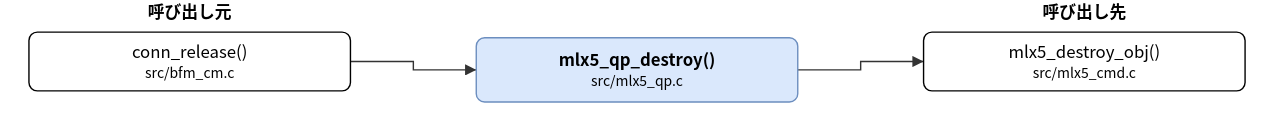
Earlier version of the draw.io export doc/spec/images/call_src_mlx5_qp__mlx5_qp_destroy.drawio.svg (hf355051012-ai/bfmem). Source tidied: cells renumbered, new cells last; positions are measured from the earlier drawing's top-left corner, leaving out a move shared by most shapes. Source of this version:
```xml
<mxGraphModel>
  <root>
    <mxCell id="0" />
    <mxCell id="1" parent="0" />
    <mxCell id="2" value="mlx5_qp_destroy()&lt;br&gt;&lt;font style=&quot;font-size:10px&quot;&gt;src/mlx5_qp.c&lt;/font&gt;" style="rounded=1;whiteSpace=wrap;html=1;fillColor=#dae8fc;strokeColor=#6c8ebf;fontStyle=1;" parent="1" vertex="1">
      <mxGeometry x="320" y="27" width="230" height="46" as="geometry" />
    </mxCell>
    <mxCell id="3" value="conn_release()&lt;br&gt;&lt;font style=&quot;font-size:10px&quot;&gt;src/bfm_cm.c&lt;/font&gt;" style="rounded=1;whiteSpace=wrap;html=1;" parent="1" vertex="1">
      <mxGeometry y="23" width="230" height="42" as="geometry" />
    </mxCell>
    <mxCell id="4" value="mlx5_destroy_obj()&lt;br&gt;&lt;font style=&quot;font-size:10px&quot;&gt;src/mlx5_cmd.c&lt;/font&gt;" style="rounded=1;whiteSpace=wrap;html=1;" parent="1" vertex="1">
      <mxGeometry x="640" y="23" width="230" height="42" as="geometry" />
    </mxCell>
    <mxCell id="5" style="edgeStyle=none;html=1;rounded=0;endArrow=block;endFill=1;exitX=1.0000;exitY=0.5000;exitDx=0;exitDy=0;exitPerimeter=0;entryX=0.0000;entryY=0.5000;entryDx=0;entryDy=0;entryPerimeter=0;" parent="1" edge="1" source="3" target="2">
      <mxGeometry relative="1" as="geometry">
        <Array as="points">
          <mxPoint x="275" y="44" />
          <mxPoint x="275" y="50" />
        </Array>
      </mxGeometry>
    </mxCell>
    <mxCell id="6" style="edgeStyle=none;html=1;rounded=0;endArrow=block;endFill=1;exitX=1.0000;exitY=0.5000;exitDx=0;exitDy=0;exitPerimeter=0;entryX=0.0000;entryY=0.5000;entryDx=0;entryDy=0;entryPerimeter=0;" parent="1" edge="1" source="2" target="4">
      <mxGeometry relative="1" as="geometry">
        <Array as="points">
          <mxPoint x="595" y="50" />
          <mxPoint x="595" y="44" />
        </Array>
      </mxGeometry>
    </mxCell>
    <mxCell id="7" value="呼び出し元" style="text;html=1;align=center;fontStyle=1;" parent="1" vertex="1">
      <mxGeometry x="35" width="160" height="18" as="geometry" />
    </mxCell>
    <mxCell id="8" value="呼び出し先" style="text;html=1;align=center;fontStyle=1;" parent="1" vertex="1">
      <mxGeometry x="675" width="160" height="18" as="geometry" />
    </mxCell>
  </root>
</mxGraphModel>
```
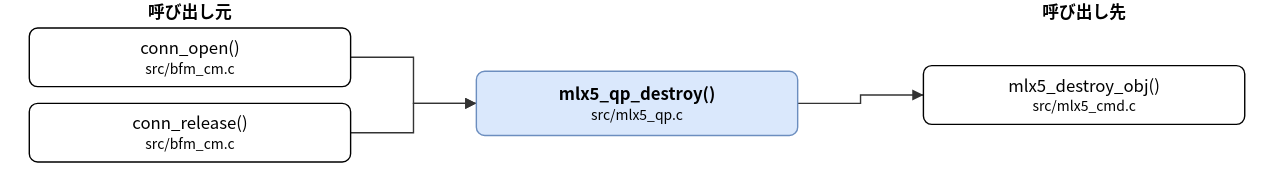
Above is the later version.

Diff of the diagram source:
```diff
@@ -3,30 +3,41 @@
     <mxCell id="0" />
     <mxCell id="1" parent="0" />
     <mxCell id="2" value="mlx5_qp_destroy()&lt;br&gt;&lt;font style=&quot;font-size:10px&quot;&gt;src/mlx5_qp.c&lt;/font&gt;" style="rounded=1;whiteSpace=wrap;html=1;fillColor=#dae8fc;strokeColor=#6c8ebf;fontStyle=1;" parent="1" vertex="1">
-      <mxGeometry x="320" y="27" width="230" height="46" as="geometry" />
+      <mxGeometry x="320" y="51" width="230" height="46" as="geometry" />
     </mxCell>
-    <mxCell id="3" value="conn_release()&lt;br&gt;&lt;font style=&quot;font-size:10px&quot;&gt;src/bfm_cm.c&lt;/font&gt;" style="rounded=1;whiteSpace=wrap;html=1;" parent="1" vertex="1">
-      <mxGeometry y="23" width="230" height="42" as="geometry" />
+    <mxCell id="3" value="conn_open()&lt;br&gt;&lt;font style=&quot;font-size:10px&quot;&gt;src/bfm_cm.c&lt;/font&gt;" style="rounded=1;whiteSpace=wrap;html=1;" parent="1" vertex="1">
+      <mxGeometry y="20" width="230" height="42" as="geometry" />
     </mxCell>
+    <mxCell id="9" value="conn_release()&lt;br&gt;&lt;font style=&quot;font-size:10px&quot;&gt;src/bfm_cm.c&lt;/font&gt;" style="rounded=1;whiteSpace=wrap;html=1;" parent="1" vertex="1">
+      <mxGeometry y="74" width="230" height="42" as="geometry" />
+    </mxCell>
     <mxCell id="4" value="mlx5_destroy_obj()&lt;br&gt;&lt;font style=&quot;font-size:10px&quot;&gt;src/mlx5_cmd.c&lt;/font&gt;" style="rounded=1;whiteSpace=wrap;html=1;" parent="1" vertex="1">
-      <mxGeometry x="640" y="23" width="230" height="42" as="geometry" />
+      <mxGeometry x="640" y="47" width="230" height="42" as="geometry" />
     </mxCell>
     <mxCell id="5" style="edgeStyle=none;html=1;rounded=0;endArrow=block;endFill=1;exitX=1.0000;exitY=0.5000;exitDx=0;exitDy=0;exitPerimeter=0;entryX=0.0000;entryY=0.5000;entryDx=0;entryDy=0;entryPerimeter=0;" parent="1" edge="1" source="3" target="2">
       <mxGeometry relative="1" as="geometry">
         <Array as="points">
-          <mxPoint x="275" y="44" />
-          <mxPoint x="275" y="50" />
+          <mxPoint x="275" y="41" />
+          <mxPoint x="275" y="74" />
         </Array>
       </mxGeometry>
     </mxCell>
-    <mxCell id="6" style="edgeStyle=none;html=1;rounded=0;endArrow=block;endFill=1;exitX=1.0000;exitY=0.5000;exitDx=0;exitDy=0;exitPerimeter=0;entryX=0.0000;entryY=0.5000;entryDx=0;entryDy=0;entryPerimeter=0;" parent="1" edge="1" source="2" target="4">
+    <mxCell id="6" style="edgeStyle=none;html=1;rounded=0;endArrow=block;endFill=1;exitX=1.0000;exitY=0.5000;exitDx=0;exitDy=0;exitPerimeter=0;entryX=0.0000;entryY=0.5000;entryDx=0;entryDy=0;entryPerimeter=0;" parent="1" edge="1" source="9" target="2">
       <mxGeometry relative="1" as="geometry">
         <Array as="points">
-          <mxPoint x="595" y="50" />
-          <mxPoint x="595" y="44" />
+          <mxPoint x="275" y="95" />
+          <mxPoint x="275" y="74" />
         </Array>
       </mxGeometry>
     </mxCell>
+    <mxCell id="10" style="edgeStyle=none;html=1;rounded=0;endArrow=block;endFill=1;exitX=1.0000;exitY=0.5000;exitDx=0;exitDy=0;exitPerimeter=0;entryX=0.0000;entryY=0.5000;entryDx=0;entryDy=0;entryPerimeter=0;" parent="1" edge="1" source="2" target="4">
+      <mxGeometry relative="1" as="geometry">
+        <Array as="points">
+          <mxPoint x="595" y="74" />
+          <mxPoint x="595" y="68" />
+        </Array>
+      </mxGeometry>
+    </mxCell>
     <mxCell id="7" value="呼び出し元" style="text;html=1;align=center;fontStyle=1;" parent="1" vertex="1">
       <mxGeometry x="35" width="160" height="18" as="geometry" />
     </mxCell>
```
